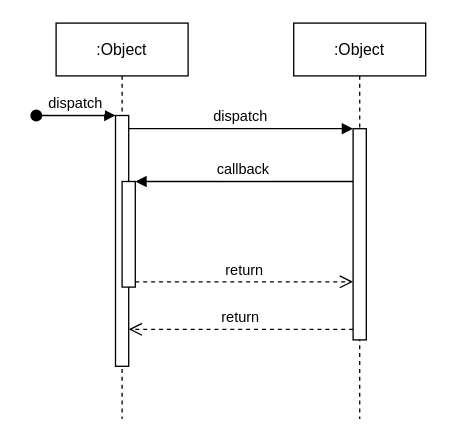
Earlier version of the draw.io diagram Deliverables/Week_3/Use_Case/No_Account/Sequence Diagrams/NoAccountLandingPage.drawio (Hanandrof/Group-3-Repository). Source tidied: cells renumbered, new cells numbered last; positions are measured from the earlier drawing's top-left corner, leaving out a move shared by most shapes. Both pictures are drawn from the tidied source at 132%, with x=0, y=0 at pixel (36, 22).
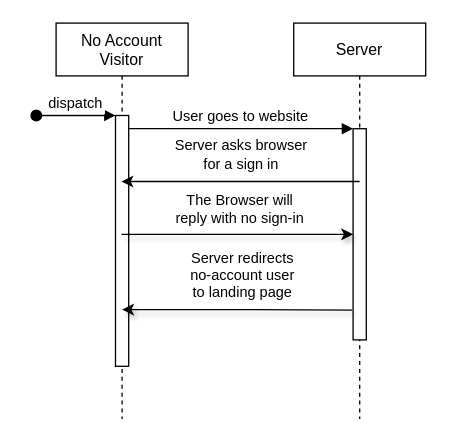
The same diagram, later.

What changed in the source:
```diff
@@
 <mxGraphModel>
   <root>
     <mxCell id="0" />
     <mxCell id="1" parent="0" />
-    <mxCell id="2" value=":Object" style="shape=umlLifeline;perimeter=lifelinePerimeter;rounded=0;shadow=0;strokeWidth=1;" parent="1" vertex="1">
+    <mxCell id="2" value="No Account &#10;Visitor" style="shape=umlLifeline;perimeter=lifelinePerimeter;rounded=0;shadow=0;strokeWidth=1;" parent="1" vertex="1">
       <mxGeometry x="15" width="100" height="300" as="geometry" />
     </mxCell>
     <mxCell id="3" style="points=[];perimeter=orthogonalPerimeter;rounded=0;shadow=0;strokeWidth=1;" parent="2" vertex="1">
       <mxGeometry x="45" y="70" width="10" height="190" as="geometry" />
     </mxCell>
     <mxCell id="4" value="dispatch" style="verticalAlign=bottom;startArrow=oval;endArrow=block;startSize=8;shadow=0;strokeWidth=1;" parent="2" edge="1" target="3">
       <mxGeometry relative="1" as="geometry">
         <mxPoint x="-15" y="70" as="sourcePoint" />
       </mxGeometry>
     </mxCell>
-    <mxCell id="5" style="points=[];perimeter=orthogonalPerimeter;rounded=0;shadow=0;strokeWidth=1;" parent="2" vertex="1">
-      <mxGeometry x="50" y="120" width="10" height="80" as="geometry" />
-    </mxCell>
-    <mxCell id="6" value=":Object" style="shape=umlLifeline;perimeter=lifelinePerimeter;rounded=0;shadow=0;strokeWidth=1;" parent="1" vertex="1">
+    <mxCell id="6" value="Server" style="shape=umlLifeline;perimeter=lifelinePerimeter;rounded=0;shadow=0;strokeWidth=1;" parent="1" vertex="1">
       <mxGeometry x="195" width="100" height="300" as="geometry" />
     </mxCell>
     <mxCell id="7" style="points=[];perimeter=orthogonalPerimeter;rounded=0;shadow=0;strokeWidth=1;" parent="6" vertex="1">
       <mxGeometry x="45" y="80" width="10" height="160" as="geometry" />
     </mxCell>
+    <mxCell id="9" value="User goes to website" style="verticalAlign=bottom;endArrow=block;entryX=0;entryY=0;shadow=0;strokeWidth=1;" parent="1" edge="1" source="3" target="7">
+      <mxGeometry relative="1" as="geometry" />
+    </mxCell>
+    <mxCell id="12" value="Server asks browser &lt;br&gt;for a sign in" style="endArrow=classic;html=1;exitX=0.5;exitY=0.25;exitDx=0;exitDy=0;exitPerimeter=0;" parent="1" edge="1" source="7" target="2">
+      <mxGeometry y="-20" relative="1" as="geometry" />
+    </mxCell>
+    <mxCell id="13" style="endArrow=classic;html=1;shadow=1;" parent="1" edge="1" source="2" target="7">
+      <mxGeometry relative="1" as="geometry">
+        <Array as="points">
+          <mxPoint x="155" y="160" />
+        </Array>
+      </mxGeometry>
+    </mxCell>
+    <mxCell id="14" value="The Browser will &lt;br&gt;reply with no sign-in" style="edgeLabel;html=1;align=center;verticalAlign=middle;" parent="13" vertex="1">
+      <mxGeometry x="-0.31" y="1" relative="1" as="geometry">
+        <mxPoint x="27.8" y="-19" as="offset" />
+      </mxGeometry>
+    </mxCell>
-    <mxCell id="8" value="return" style="verticalAlign=bottom;endArrow=open;dashed=1;endSize=8;exitX=0;exitY=0.95;shadow=0;strokeWidth=1;" parent="1" edge="1" source="7" target="3">
-      <mxGeometry relative="1" as="geometry" />
+    <mxCell id="8" style="endArrow=classic;html=1;shadow=1;exitX=-0.06;exitY=0.859;exitDx=0;exitDy=0;exitPerimeter=0;entryX=0.5;entryY=0.774;entryDx=0;entryDy=0;entryPerimeter=0;" parent="1" edge="1" source="7" target="3">
+      <mxGeometry relative="1" as="geometry">
+        <Array as="points">
+          <mxPoint x="155" y="217" />
+        </Array>
+      </mxGeometry>
     </mxCell>
-    <mxCell id="9" value="dispatch" style="verticalAlign=bottom;endArrow=block;entryX=0;entryY=0;shadow=0;strokeWidth=1;" parent="1" edge="1" source="3" target="7">
-      <mxGeometry relative="1" as="geometry" />
-    </mxCell>
-    <mxCell id="10" value="callback" style="verticalAlign=bottom;endArrow=block;entryX=1;entryY=0;shadow=0;strokeWidth=1;" parent="1" edge="1" source="7" target="5">
-      <mxGeometry relative="1" as="geometry" />
-    </mxCell>
-    <mxCell id="11" value="return" style="verticalAlign=bottom;endArrow=open;dashed=1;endSize=8;exitX=1;exitY=0.95;shadow=0;strokeWidth=1;" parent="1" edge="1" source="5" target="7">
-      <mxGeometry relative="1" as="geometry" />
-    </mxCell>
+    <mxCell id="15" value="Server redirects&lt;br&gt;no-account user&lt;br&gt;to landing page" style="edgeLabel;html=1;align=center;verticalAlign=middle;" parent="8" vertex="1">
+      <mxGeometry x="-0.37" y="-3" relative="1" as="geometry">
+        <mxPoint x="-29.4" y="-24.1" as="offset" />
+      </mxGeometry>
+    </mxCell>
   </root>
 </mxGraphModel>
```
